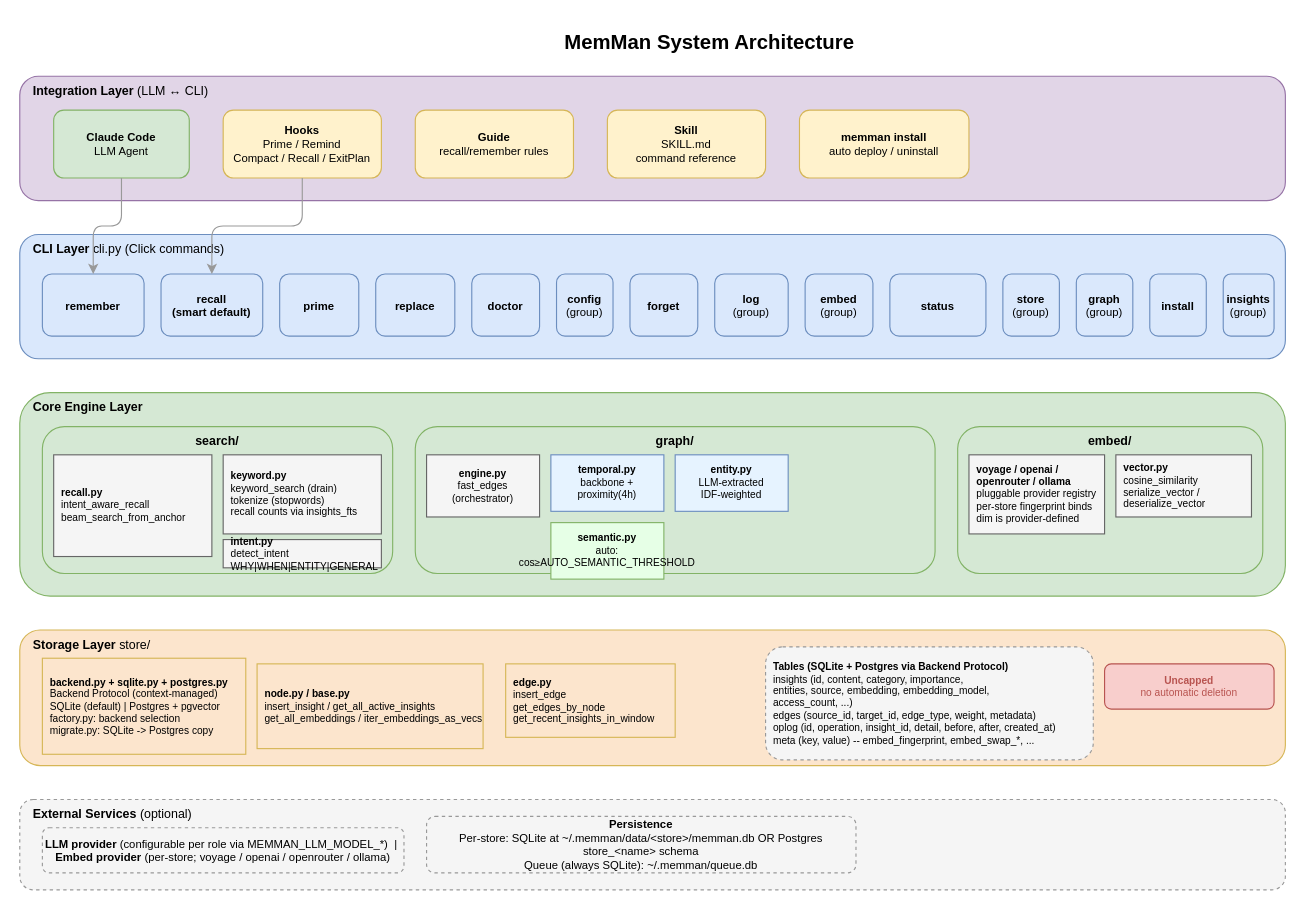
Above: docs/diagrams/01-system-architecture.drawio in bissli/memman (draw.io), before the change. Source tidied: cells renumbered, new cells numbered last; positions are measured from the earlier drawing's top-left corner, leaving out a move shared by most shapes. Both pictures are drawn from the tidied source at 113%, with x=0, y=0 at pixel (19, 19).
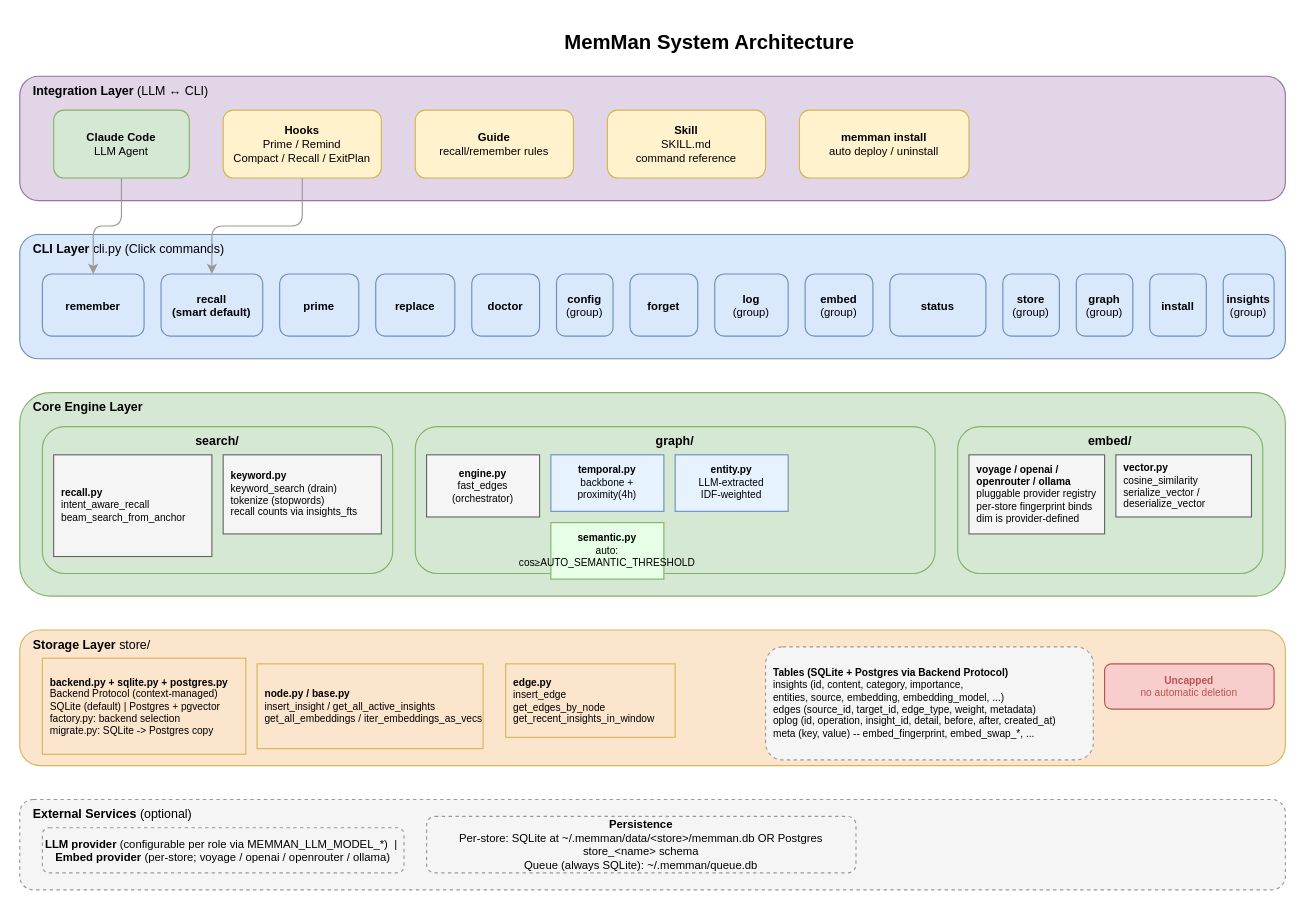
The same diagram, later.

Diff of the diagram source:
```diff
@@
-    <mxCell id="28" value="&lt;b&gt;intent.py&lt;/b&gt;&lt;br&gt;detect_intent&lt;br&gt;WHY|WHEN|ENTITY|GENERAL" style="rounded=0;whiteSpace=wrap;html=1;fontSize=9;fillColor=#f5f5f5;strokeColor=#666666;align=left;spacingLeft=5;" parent="1" vertex="1">
-      <mxGeometry x="180" y="460" width="140" height="25" as="geometry" />
-    </mxCell>
@@
-    <mxCell id="41" value="&lt;b&gt;Tables (SQLite + Postgres via Backend Protocol)&lt;/b&gt;&lt;br&gt;insights (id, content, category, importance,&lt;br&gt;  entities, source, embedding, embedding_model,&lt;br&gt;  access_count, ...)&lt;br&gt;edges (source_id, target_id, edge_type, weight, metadata)&lt;br&gt;oplog (id, operation, insight_id, detail, before, after, created_at)&lt;br&gt;meta (key, value)  -- embed_fingerprint, embed_swap_*, ..." style="rounded=1;whiteSpace=wrap;html=1;fontSize=9;fillColor=#f5f5f5;strokeColor=#999999;align=left;spacingLeft=5;dashed=1;" parent="1" vertex="1">
+    <mxCell id="41" value="&lt;b&gt;Tables (SQLite + Postgres via Backend Protocol)&lt;/b&gt;&lt;br&gt;insights (id, content, category, importance,&lt;br&gt;  entities, source, embedding, embedding_model, ...)&lt;br&gt;edges (source_id, target_id, edge_type, weight, metadata)&lt;br&gt;oplog (id, operation, insight_id, detail, before, after, created_at)&lt;br&gt;meta (key, value)  -- embed_fingerprint, embed_swap_*, ..." style="rounded=1;whiteSpace=wrap;html=1;fontSize=9;fillColor=#f5f5f5;strokeColor=#999999;align=left;spacingLeft=5;dashed=1;" parent="1" vertex="1">
       <mxGeometry x="660" y="555" width="290" height="100" as="geometry" />
     </mxCell>
```
